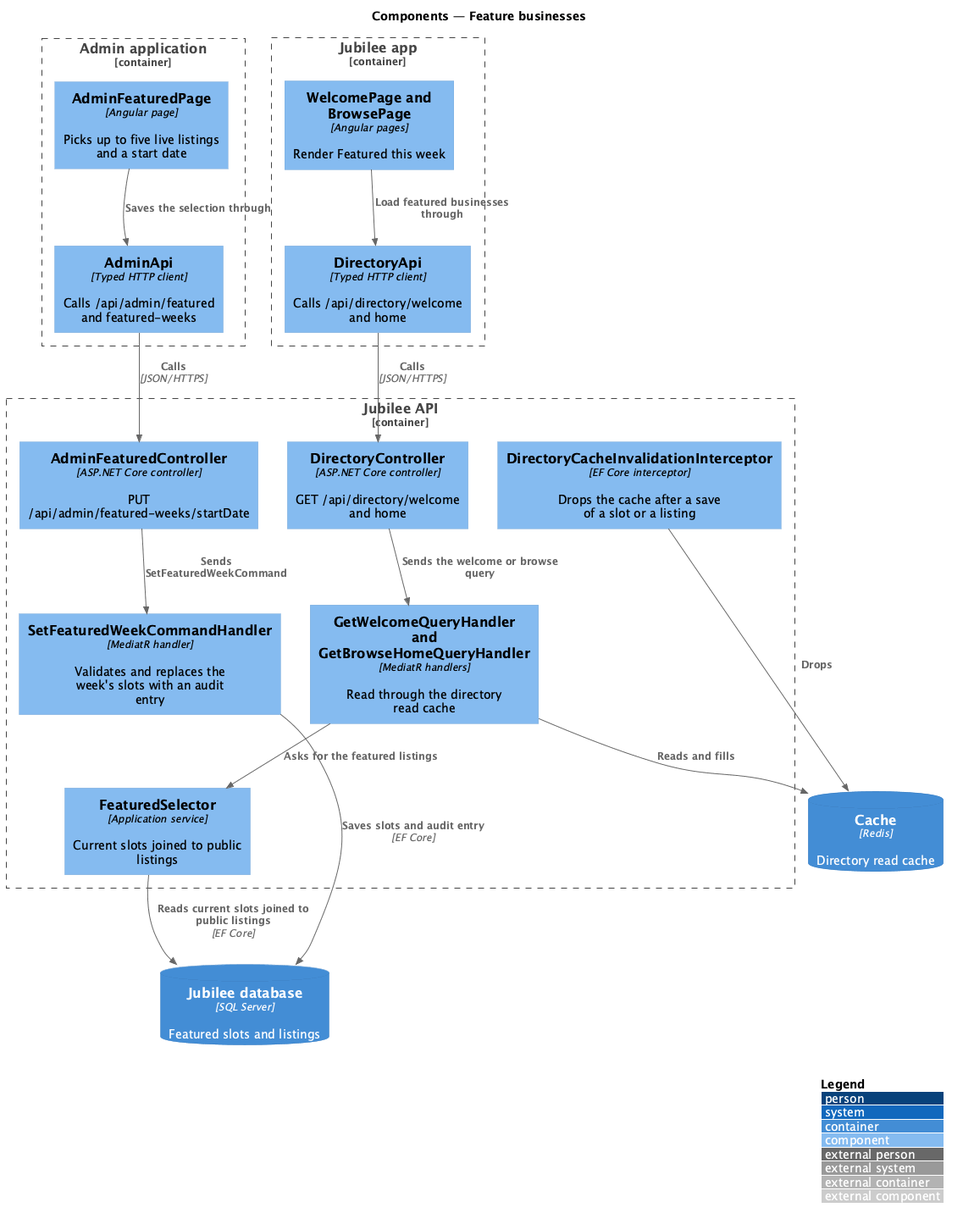
QuinntyneBrown/jubilee keeps this PlantUML diagram as docs/detailed-designs/moderation/feature-businesses/diagrams/c4-component.png. Above is the earlier version. The source it was exported from:
```plantuml
@startuml
!include <C4/C4_Component>
LAYOUT_WITH_LEGEND()
title Components — Feature businesses
Container_Boundary(admin, "Admin application") {
  Component(page, "AdminFeaturedPage", "Angular page", "Picks up to five live listings and a start date")
  Component(aclient, "AdminApi", "Typed HTTP client", "Calls /api/admin/featured and featured-weeks")
}
Container_Boundary(web, "Jubilee app") {
  Component(pages, "WelcomePage and BrowsePage", "Angular pages", "Render Featured this week")
  Component(dclient, "DirectoryApi", "Typed HTTP client", "Calls /api/directory/welcome and home")
}
Container_Boundary(api, "Jubilee API") {
  Component(actrl, "AdminFeaturedController", "ASP.NET Core controller", "PUT /api/admin/featured-weeks/startDate")
  Component(dctrl, "DirectoryController", "ASP.NET Core controller", "GET /api/directory/welcome and home")
  Component(sh, "SetFeaturedWeekCommandHandler", "MediatR handler", "Validates and replaces the week's slots with an audit entry")
  Component(qh, "GetWelcomeQueryHandler and GetBrowseHomeQueryHandler", "MediatR handlers", "Read through the directory read cache")
  Component(sel, "FeaturedSelector", "Application service", "Current slots joined to public listings")
  Component(icpt, "DirectoryCacheInvalidationInterceptor", "EF Core interceptor", "Drops the cache after a save of a slot or a listing")
}
ContainerDb(db, "Jubilee database", "SQL Server", "Featured slots and listings")
ContainerDb(cache, "Cache", "Redis", "Directory read cache")

Rel(page, aclient, "Saves the selection through")
Rel(pages, dclient, "Load featured businesses through")
Rel(aclient, actrl, "Calls", "JSON/HTTPS")
Rel(dclient, dctrl, "Calls", "JSON/HTTPS")
Rel(actrl, sh, "Sends SetFeaturedWeekCommand")
Rel(sh, db, "Saves slots and audit entry", "EF Core")
Rel(icpt, cache, "Drops")
Rel(dctrl, qh, "Sends the welcome or browse query")
Rel(qh, cache, "Reads and fills")
Rel(qh, sel, "Asks for the featured listings")
Rel(sel, db, "Reads current slots joined to public listings", "EF Core")
@enduml
```
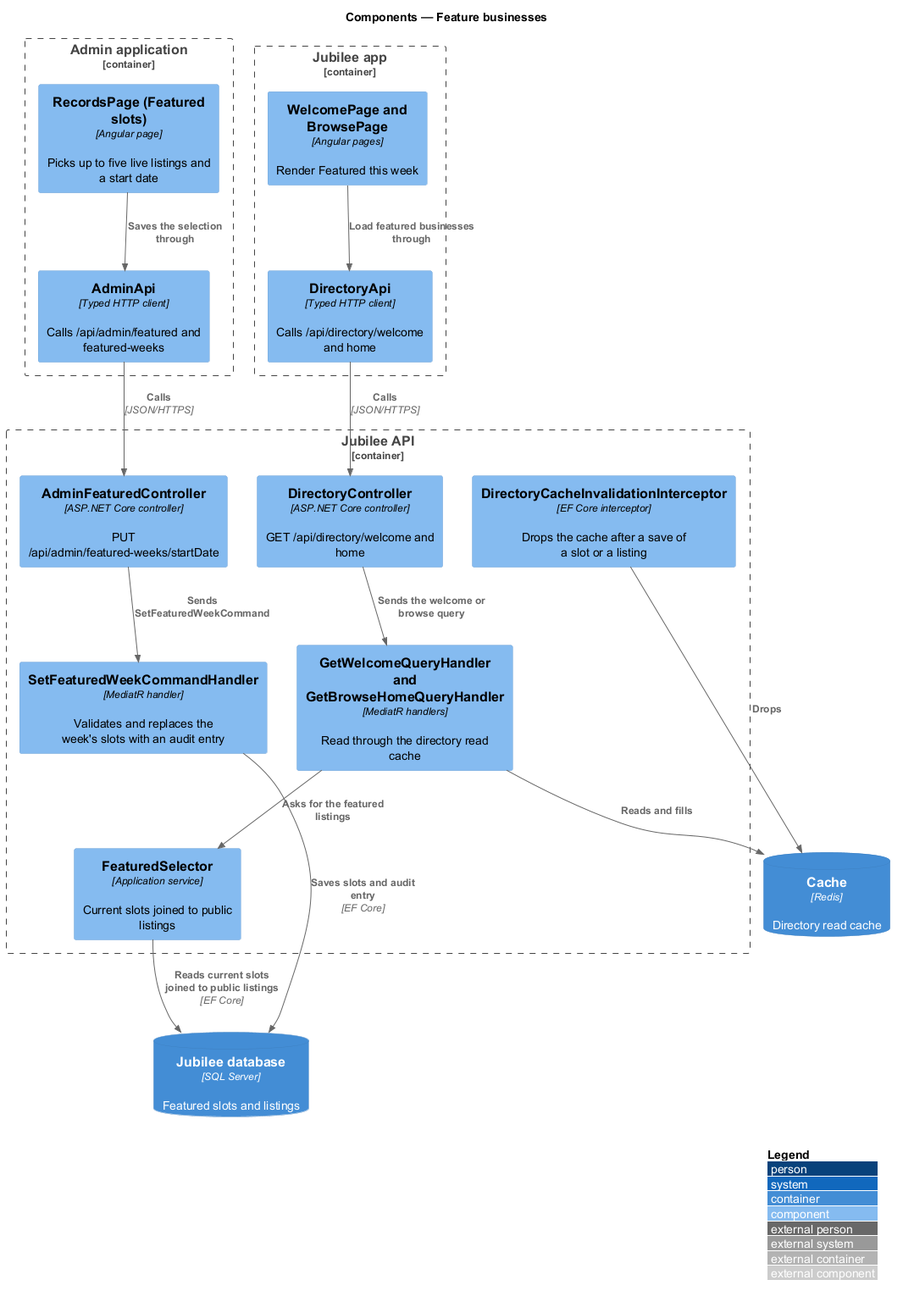
After the commit.

Change to the diagram source:
```diff
@@ -3,7 +3,7 @@
 LAYOUT_WITH_LEGEND()
 title Components — Feature businesses
 Container_Boundary(admin, "Admin application") {
-  Component(page, "AdminFeaturedPage", "Angular page", "Picks up to five live listings and a start date")
+  Component(page, "RecordsPage (Featured slots)", "Angular page", "Picks up to five live listings and a start date")
   Component(aclient, "AdminApi", "Typed HTTP client", "Calls /api/admin/featured and featured-weeks")
 }
 Container_Boundary(web, "Jubilee app") {
```
